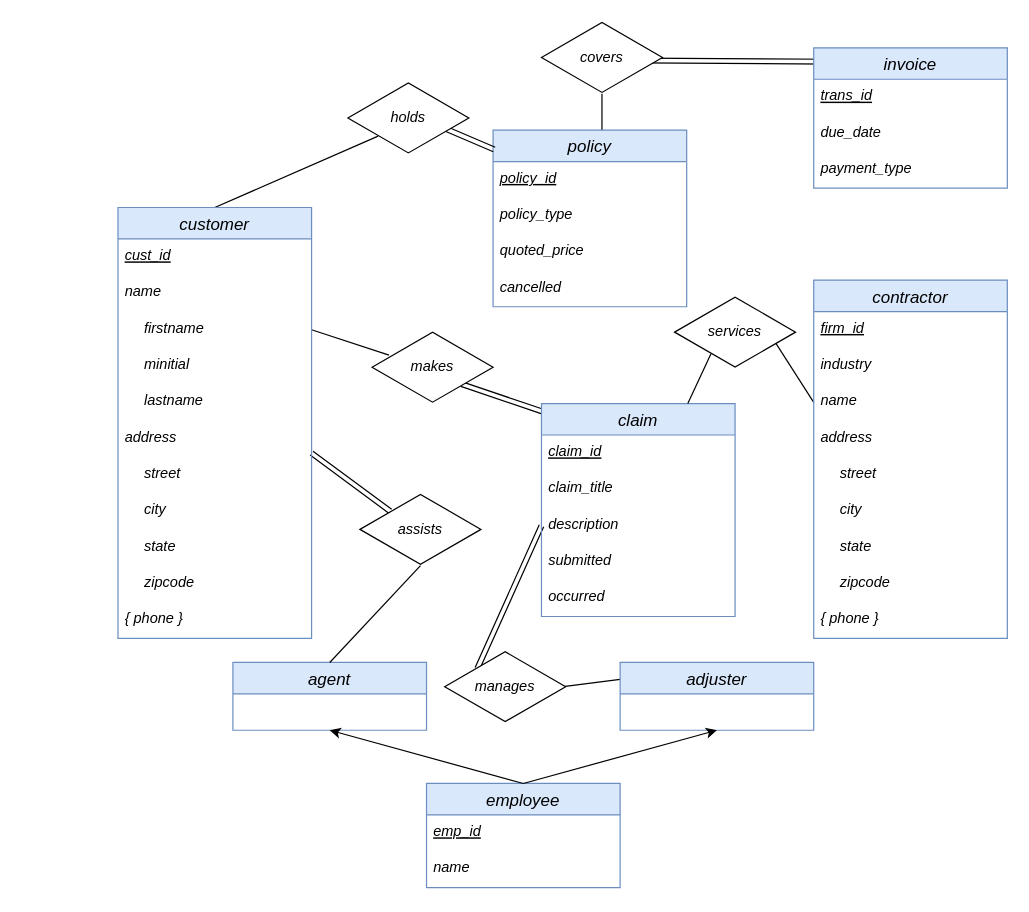
Earlier version of the draw.io diagram ER_Diagram/DrawIO/Asadoorian_ERD.drawio (ema323-lehigh/county-garden). Source tidied: cells renumbered, new cells numbered last; positions are measured from the earlier drawing's top-left corner, leaving out a move shared by most shapes. Both pictures are drawn from the tidied source at 121%, with x=0, y=0 at pixel (117, 21).
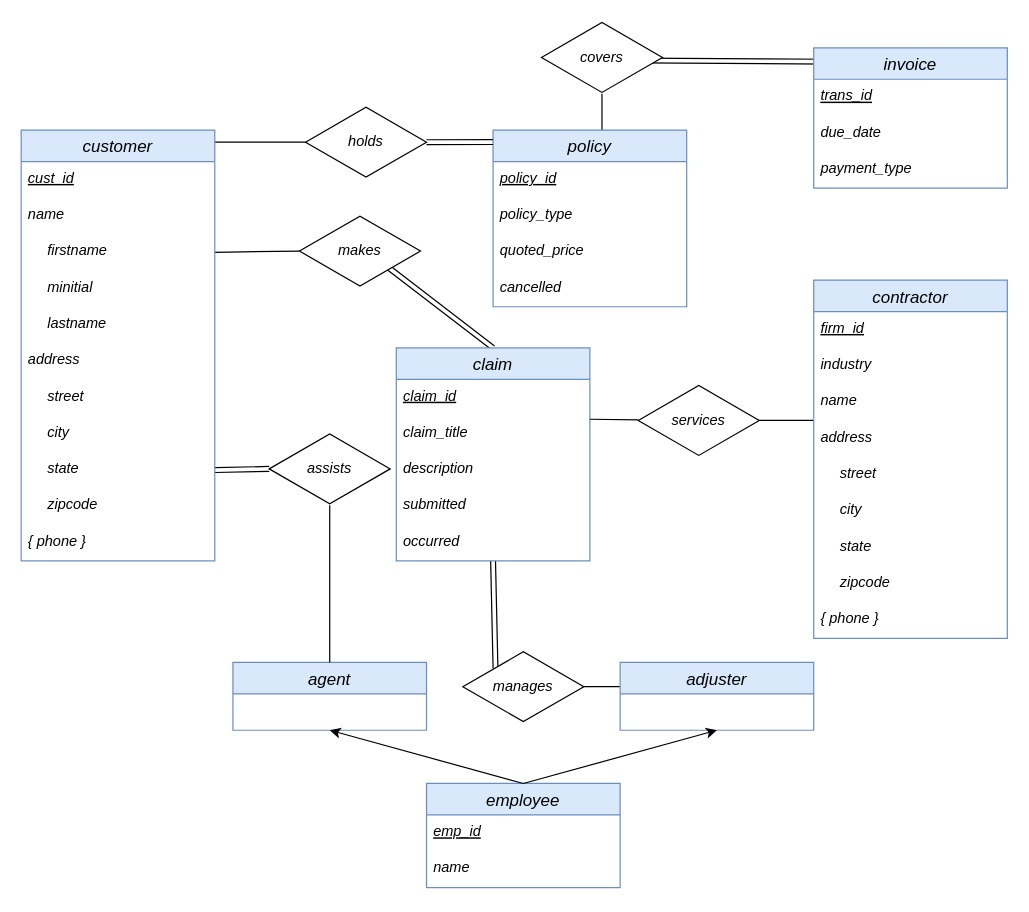
The same diagram, later.

Commit message:
Rearrange nodes in diagram

The change refers to these unchanged cells:
```xml
<mxCell id="13" value="adjuster" style="swimlane;fontStyle=2;horizontal=1;startSize=26;align=center;fontSize=14;fillColor=#dae8fc;strokeColor=#6c8ebf;" parent="1" vertex="1">
  <mxGeometry x="415" y="530" width="160" height="56" as="geometry" />
</mxCell>
<mxCell id="18" value="policy" style="swimlane;fontStyle=2;horizontal=1;startSize=26;align=center;fontSize=14;fillColor=#dae8fc;strokeColor=#6c8ebf;" parent="1" vertex="1">
  <mxGeometry x="310" y="90" width="160" height="146" as="geometry" />
</mxCell>
<mxCell id="33" value="description" style="text;strokeColor=none;fillColor=none;spacingLeft=4;spacingRight=4;overflow=hidden;points=[[0,0.5],[1,0.5]];portConstraint=eastwest;fontSize=12;fontStyle=2;" parent="30" vertex="1">
  <mxGeometry y="86" width="160" height="30" as="geometry" />
</mxCell>
<mxCell id="43" value="firstname" style="text;strokeColor=none;fillColor=none;spacingLeft=20;spacingRight=4;overflow=hidden;points=[[0,0.5],[1,0.5]];portConstraint=eastwest;fontSize=12;fontStyle=2;align=left;" parent="40" vertex="1">
  <mxGeometry y="86" width="160" height="30" as="geometry" />
</mxCell>
<mxCell id="47" value="street" style="text;strokeColor=none;fillColor=none;spacingLeft=20;spacingRight=4;overflow=hidden;points=[[0,0.5],[1,0.5]];portConstraint=eastwest;fontSize=12;fontStyle=2;align=left;" parent="40" vertex="1">
  <mxGeometry y="206" width="160" height="30" as="geometry" />
</mxCell>
<mxCell id="49" value="state" style="text;strokeColor=none;fillColor=none;spacingLeft=20;spacingRight=4;overflow=hidden;points=[[0,0.5],[1,0.5]];portConstraint=eastwest;fontSize=12;fontStyle=2;" parent="40" vertex="1">
  <mxGeometry y="266" width="160" height="30" as="geometry" />
</mxCell>
<mxCell id="55" value="name&#10;" style="text;strokeColor=none;fillColor=none;spacingLeft=4;spacingRight=4;overflow=hidden;points=[[0,0.5],[1,0.5]];portConstraint=eastwest;fontSize=12;fontStyle=2;" parent="52" vertex="1">
  <mxGeometry y="86" width="160" height="30" as="geometry" />
</mxCell>
```

Diff of the diagram source:
```diff
@@
-    <mxCell id="2" style="shape=link;html=1;entryX=0.27;entryY=0.25;entryDx=0;entryDy=0;entryPerimeter=0;exitX=0;exitY=0.5;exitDx=0;exitDy=0;" parent="1" edge="1" source="33" target="39">
+    <mxCell id="2" style="shape=link;html=1;entryX=0.27;entryY=0.25;entryDx=0;entryDy=0;entryPerimeter=0;exitX=0.5;exitY=1;exitDx=0;exitDy=0;" parent="1" edge="1" source="30" target="39">
       <mxGeometry relative="1" as="geometry" />
     </mxCell>
-    <mxCell id="3" style="endArrow=none;html=1;entryX=0;entryY=0.5;entryDx=0;entryDy=0;exitX=0.67;exitY=0.217;exitDx=0;exitDy=0;exitPerimeter=0;" parent="1" edge="1" source="62" target="55">
+    <mxCell id="3" style="endArrow=none;html=1;entryX=0;entryY=1;entryDx=0;entryDy=0;exitX=0.99;exitY=0.5;exitDx=0;exitDy=0;exitPerimeter=0;entryPerimeter=0;" parent="1" edge="1" source="62" target="55">
       <mxGeometry relative="1" as="geometry" />
     </mxCell>
-    <mxCell id="4" style="endArrow=none;html=1;exitX=0.98;exitY=0.5;exitDx=0;exitDy=0;exitPerimeter=0;entryX=0;entryY=0.25;entryDx=0;entryDy=0;" parent="1" edge="1" source="39" target="13">
-      <mxGeometry relative="1" as="geometry" />
+    <mxCell id="4" style="endArrow=none;html=1;exitX=0.98;exitY=0.5;exitDx=0;exitDy=0;exitPerimeter=0;" parent="1" edge="1" source="39">
+      <mxGeometry relative="1" as="geometry">
+        <mxPoint x="415" y="550" as="targetPoint" />
+      </mxGeometry>
     </mxCell>
-    <mxCell id="5" style="shape=link;html=1;entryX=0.25;entryY=0.25;entryDx=0;entryDy=0;entryPerimeter=0;exitX=1;exitY=-0.1;exitDx=0;exitDy=0;exitPerimeter=0;" parent="1" edge="1" source="47" target="14">
+    <mxCell id="5" style="shape=link;html=1;entryX=0;entryY=0.5;entryDx=0;entryDy=0;entryPerimeter=0;exitX=1;exitY=0.5;exitDx=0;exitDy=0;" parent="1" edge="1" source="49" target="14">
       <mxGeometry relative="1" as="geometry" />
     </mxCell>
@@
-    <mxCell id="8" style="shape=link;html=1;exitX=0.74;exitY=0.733;exitDx=0;exitDy=0;exitPerimeter=0;entryX=0.013;entryY=0.04;entryDx=0;entryDy=0;entryPerimeter=0;" parent="1" edge="1" source="36" target="30">
+    <mxCell id="8" style="shape=link;html=1;exitX=0.74;exitY=0.733;exitDx=0;exitDy=0;exitPerimeter=0;entryX=0.5;entryY=0;entryDx=0;entryDy=0;" parent="1" edge="1" source="36" target="30">
       <mxGeometry relative="1" as="geometry" />
     </mxCell>
@@
     <mxCell id="14" value="&lt;i&gt;assists&lt;/i&gt;" style="html=1;whiteSpace=wrap;shape=isoRectangle;" parent="1" vertex="1">
-      <mxGeometry x="200" y="390" width="100" height="60" as="geometry" />
+      <mxGeometry x="125" y="340" width="100" height="60" as="geometry" />
     </mxCell>
@@
-    <mxCell id="19" style="shape=link;html=1;entryX=0.006;entryY=0.11;entryDx=0;entryDy=0;entryPerimeter=0;" parent="18" edge="1" target="18">
-      <mxGeometry relative="1" as="geometry">
-        <mxPoint x="-60" y="-10" as="sourcePoint" />
-      </mxGeometry>
-    </mxCell>
@@
     <mxCell id="28" value="&lt;i&gt;holds&lt;/i&gt;" style="html=1;whiteSpace=wrap;shape=isoRectangle;" parent="1" vertex="1">
-      <mxGeometry x="190" y="50" width="100" height="60" as="geometry" />
+      <mxGeometry x="155" y="70" width="100" height="60" as="geometry" />
     </mxCell>
@@
     <mxCell id="30" value="claim" style="swimlane;fontStyle=2;horizontal=1;startSize=26;align=center;fontSize=14;fillColor=#dae8fc;strokeColor=#6c8ebf;" parent="1" vertex="1">
-      <mxGeometry x="350" y="316" width="160" height="176" as="geometry" />
+      <mxGeometry x="230" y="270" width="160" height="176" as="geometry" />
     </mxCell>
@@
     <mxCell id="36" value="&lt;i&gt;makes&lt;/i&gt;" style="html=1;whiteSpace=wrap;shape=isoRectangle;" parent="1" vertex="1">
-      <mxGeometry x="210" y="256" width="100" height="60" as="geometry" />
+      <mxGeometry x="150" y="160" width="100" height="60" as="geometry" />
     </mxCell>
-    <mxCell id="37" style="endArrow=none;html=1;exitX=0.14;exitY=0.333;exitDx=0;exitDy=0;exitPerimeter=0;entryX=1;entryY=0.5;entryDx=0;entryDy=0;" parent="1" edge="1" source="36" target="43">
-      <mxGeometry relative="1" as="geometry" />
+    <mxCell id="37" style="endArrow=none;html=1;entryX=1;entryY=0.5;entryDx=0;entryDy=0;" parent="1" edge="1" target="43">
+      <mxGeometry relative="1" as="geometry">
+        <mxPoint x="150" y="190" as="sourcePoint" />
+      </mxGeometry>
     </mxCell>
-    <mxCell id="38" style="endArrow=none;html=1;exitX=0.5;exitY=0;exitDx=0;exitDy=0;entryX=0.25;entryY=0.75;entryDx=0;entryDy=0;entryPerimeter=0;" parent="1" edge="1" source="40" target="28">
-      <mxGeometry relative="1" as="geometry" />
+    <mxCell id="38" style="endArrow=none;html=1;entryX=0;entryY=0.5;entryDx=0;entryDy=0;entryPerimeter=0;" parent="1" edge="1" target="28">
+      <mxGeometry relative="1" as="geometry">
+        <mxPoint x="80" y="100" as="sourcePoint" />
+      </mxGeometry>
     </mxCell>
     <mxCell id="39" value="&lt;i&gt;manages&lt;/i&gt;" style="html=1;whiteSpace=wrap;shape=isoRectangle;" parent="1" vertex="1">
-      <mxGeometry x="270" y="520" width="100" height="60" as="geometry" />
+      <mxGeometry x="285" y="520" width="100" height="60" as="geometry" />
     </mxCell>
     <mxCell id="40" value="customer" style="swimlane;fontStyle=2;horizontal=1;startSize=26;align=center;fontSize=14;fillColor=#dae8fc;strokeColor=#6c8ebf;" parent="1" vertex="1">
-      <mxGeometry y="154" width="160" height="356" as="geometry" />
+      <mxGeometry x="-80" y="90" width="160" height="356" as="geometry" />
     </mxCell>
@@
     <mxCell id="62" value="&lt;i&gt;services&lt;/i&gt;" style="html=1;whiteSpace=wrap;shape=isoRectangle;" parent="1" vertex="1">
-      <mxGeometry x="460" y="227" width="100" height="60" as="geometry" />
+      <mxGeometry x="430" y="300" width="100" height="60" as="geometry" />
     </mxCell>
-    <mxCell id="63" style="endArrow=none;html=1;" parent="1" edge="1" source="30">
+    <mxCell id="63" style="endArrow=none;html=1;" parent="1" edge="1" target="62">
       <mxGeometry relative="1" as="geometry">
-        <mxPoint x="490" y="275" as="targetPoint" />
+        <mxPoint x="390" y="329" as="sourcePoint" />
       </mxGeometry>
     </mxCell>
+    <mxCell id="19" style="shape=link;html=1;entryX=0;entryY=0.068;entryDx=0;entryDy=0;entryPerimeter=0;exitX=1;exitY=0.5;exitDx=0;exitDy=0;exitPerimeter=0;" parent="1" edge="1" source="28" target="18">
+      <mxGeometry relative="1" as="geometry" />
+    </mxCell>
```
